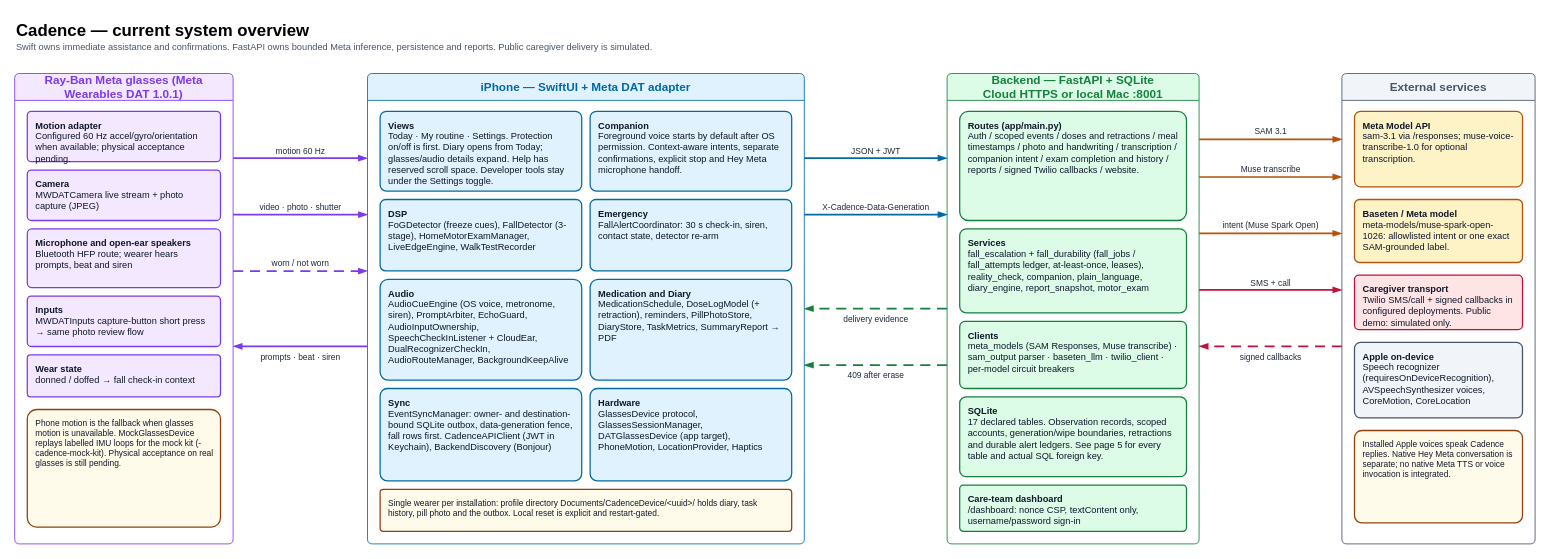
Before: page "1 System overview" (1 of 5) of docs/cadence_architecture.drawio in theloopsmith/Cadence, a draw.io diagram. Source tidied: cells renumbered, new cells numbered last; positions are measured from the earlier drawing's top-left corner, leaving out a move shared by most shapes. Both pictures are drawn from the tidied source at 84%, with x=0, y=0 at pixel (14, 14).
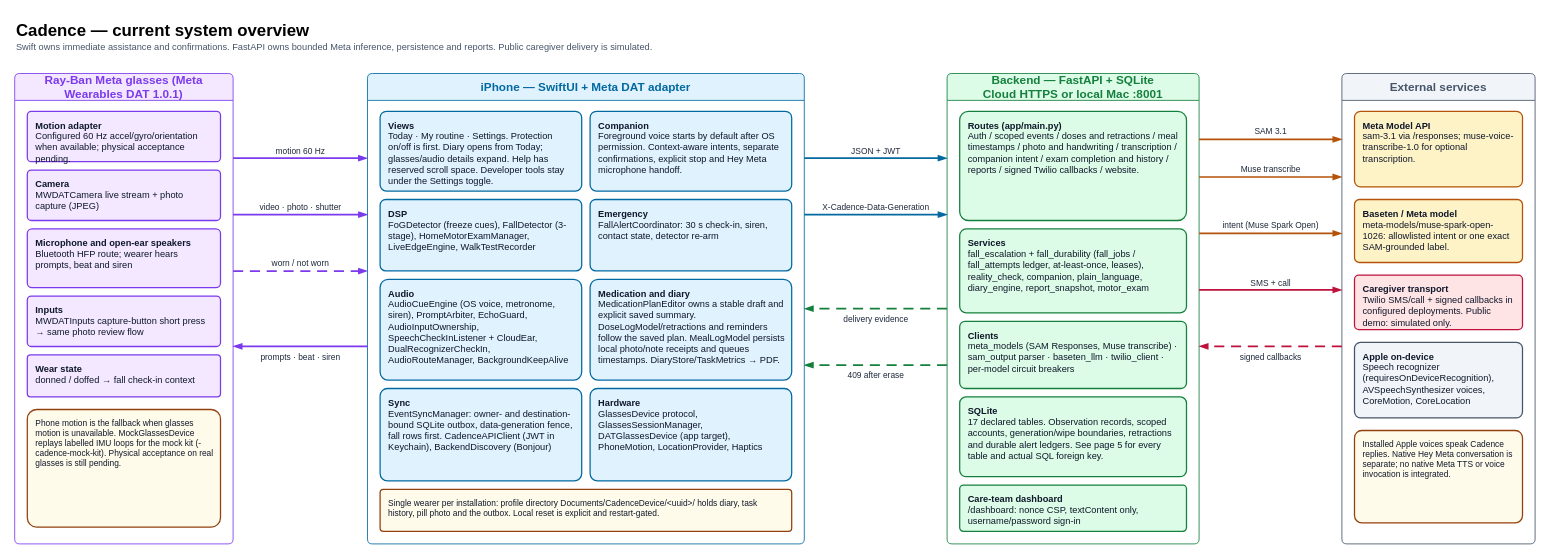
After the change.

Unchanged cells that the change refers to:
```xml
<mxCell id="4" value="iPhone — SwiftUI + Meta DAT adapter" style="swimlane;whiteSpace=wrap;html=1;startSize=32;fillColor=#E0F2FE;strokeColor=#0369A1;fontColor=#0369A1;fontStyle=1;fontSize=14;rounded=1;arcSize=6;swimlaneFillColor=#FFFFFF;" parent="1" vertex="1">
  <mxGeometry x="420" y="70" width="520" height="560" as="geometry" />
</mxCell>
```

Diff of the diagram source:
```diff
@@
-    <mxCell id="18" value="&lt;b&gt;Medication and Diary&lt;/b&gt;&lt;br/&gt;MedicationSchedule, DoseLogModel (+ retraction), reminders, PillPhotoStore, DiaryStore, TaskMetrics, SummaryReport → PDF" style="rounded=1;arcSize=8;whiteSpace=wrap;html=1;fillColor=#E0F2FE;strokeColor=#0369A1;fontColor=#0F172A;fontSize=11;align=left;verticalAlign=top;spacingLeft=8;spacingRight=8;spacingTop=4;strokeWidth=1.5;" parent="4" vertex="1">
+    <mxCell id="18" value="&lt;b&gt;Medication and diary&lt;/b&gt;&lt;br/&gt;MedicationPlanEditor owns a stable draft and explicit saved summary. DoseLogModel/retractions and reminders follow the saved plan. MealLogModel persists local photo/note receipts and queues timestamps. DiaryStore/TaskMetrics → PDF." style="rounded=1;arcSize=8;whiteSpace=wrap;html=1;fillColor=#E0F2FE;strokeColor=#0369A1;fontColor=#0F172A;fontSize=11;align=left;verticalAlign=top;spacingLeft=8;spacingRight=8;spacingTop=4;strokeWidth=1.5;" parent="4" vertex="1">
       <mxGeometry x="265" y="245" width="240" height="120" as="geometry" />
     </mxCell>
```
